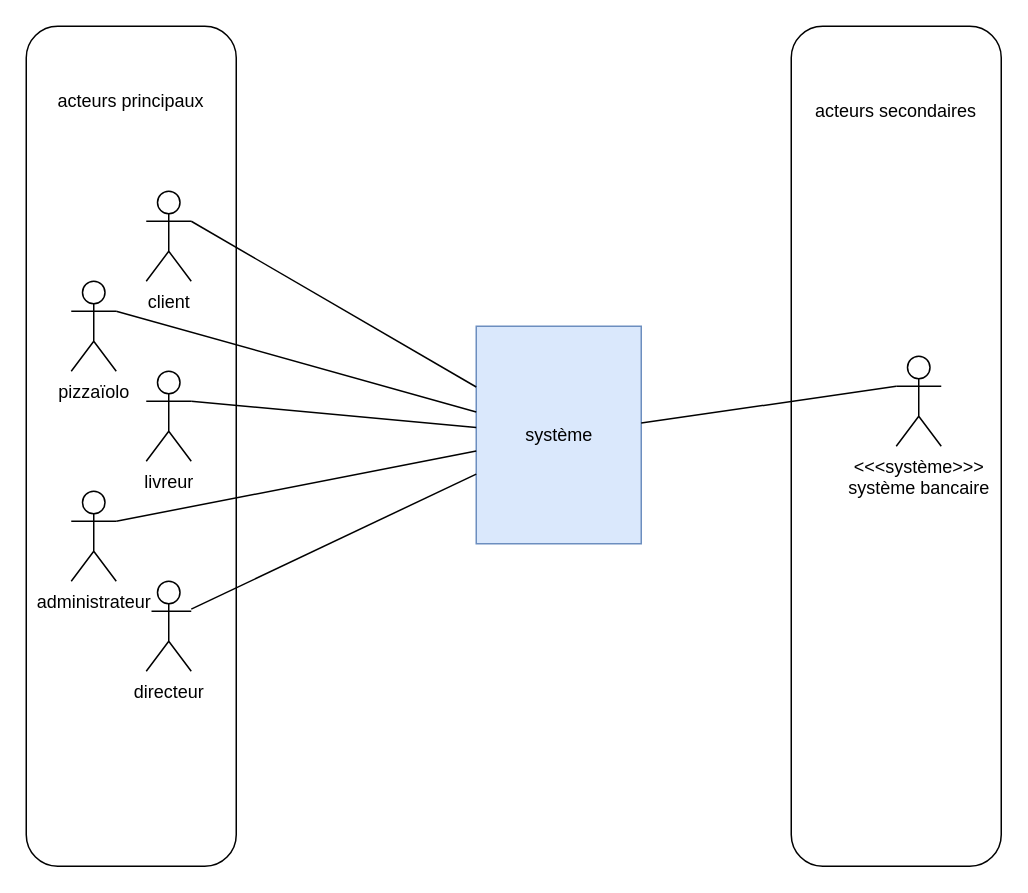
Before: page "contexte" (1 of 6) of diagrammes.drawio in remace/OC-P4-UML_Pizzeria, a draw.io diagram. Source tidied: cells renumbered, new cells numbered last; positions are measured from the earlier drawing's top-left corner, leaving out a move shared by most shapes. Both pictures are drawn from the tidied source at 150%, with x=0, y=0 at pixel (26, 26).
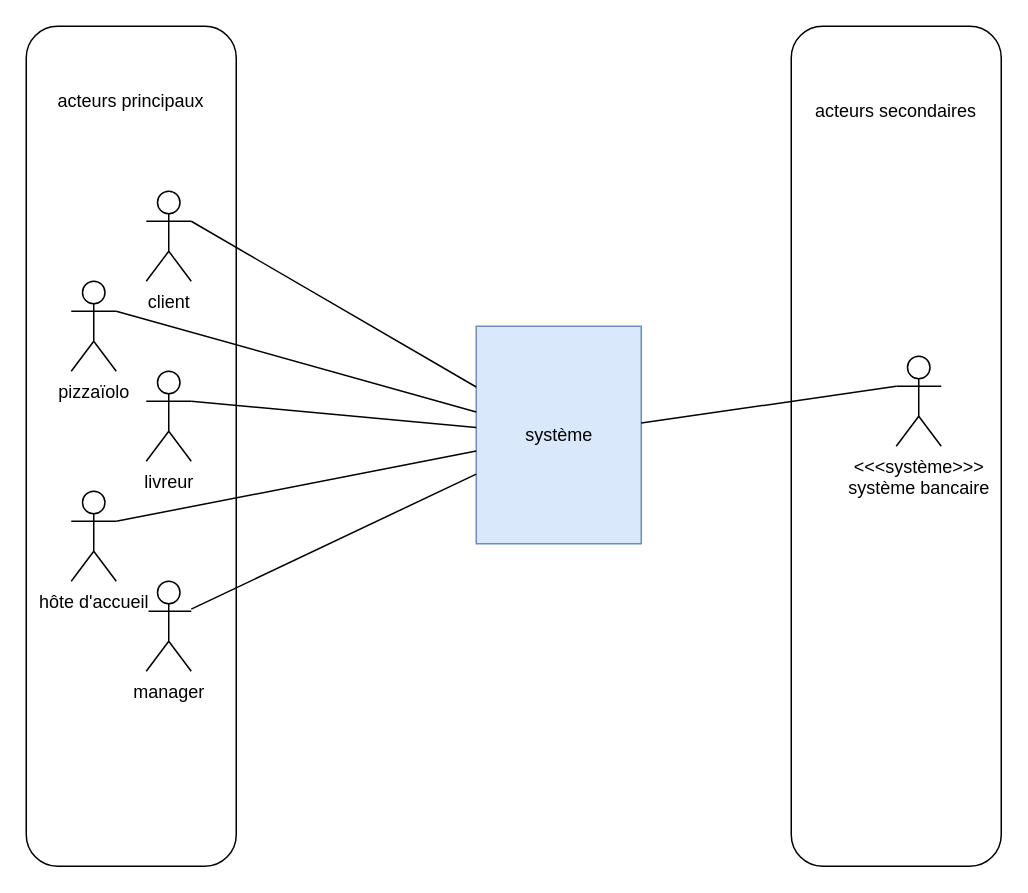
The same diagram, later.

Unchanged cells that the change refers to:
```xml
<mxCell id="12" style="group;" parent="1" vertex="1">
  <mxGeometry x="30" y="110" width="80" height="320" as="geometry" />
</mxCell>
```

Diff of the diagram source:
```diff
@@
-    <mxCell id="15" value="directeur&lt;br&gt;" style="shape=umlActor;verticalLabelPosition=bottom;labelBackgroundColor=#ffffff;verticalAlign=top;html=1;" parent="12" vertex="1">
+    <mxCell id="15" value="manager&lt;br&gt;" style="shape=umlActor;verticalLabelPosition=bottom;labelBackgroundColor=#ffffff;verticalAlign=top;html=1;" parent="12" vertex="1">
       <mxGeometry x="50" y="260" width="30" height="60" as="geometry" />
     </mxCell>
@@
-    <mxCell id="17" value="administrateur" style="shape=umlActor;verticalLabelPosition=bottom;labelBackgroundColor=#ffffff;verticalAlign=top;html=1;" parent="12" vertex="1">
+    <mxCell id="17" value="hôte d'accueil" style="shape=umlActor;verticalLabelPosition=bottom;labelBackgroundColor=#ffffff;verticalAlign=top;html=1;" parent="12" vertex="1">
       <mxGeometry y="200" width="30" height="60" as="geometry" />
     </mxCell>
```
